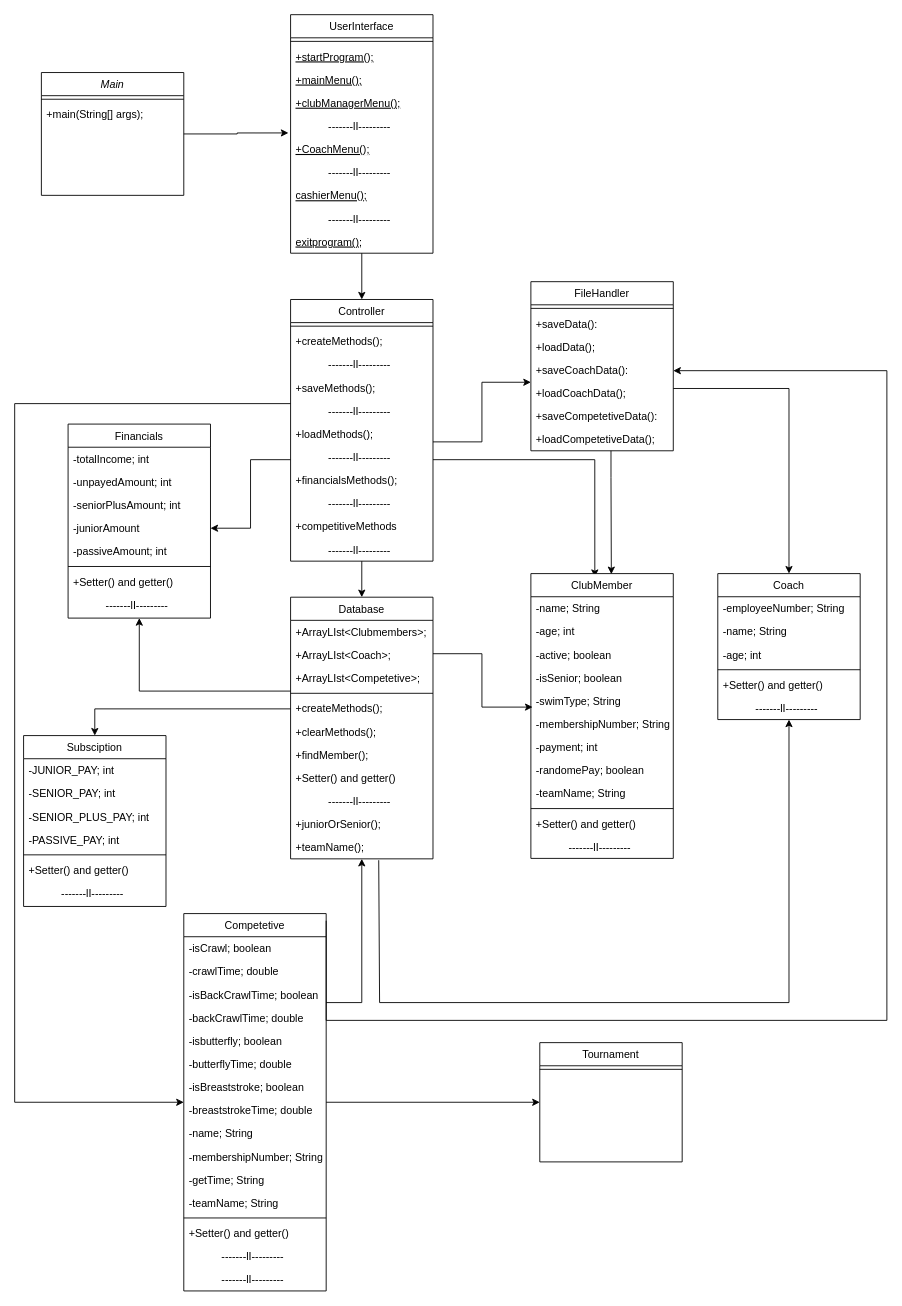
Earlier version of the draw.io diagram VirksomhedsAnalyser/Delfine Klassediagram.drawio (Mathias-Thomsen/DelfinenProject). Source tidied: cells renumbered, new cells numbered last; positions are measured from the earlier drawing's top-left corner, leaving out a move shared by most shapes. Both pictures are drawn from the tidied source at 89%, with x=0, y=0 at pixel (14, 14).
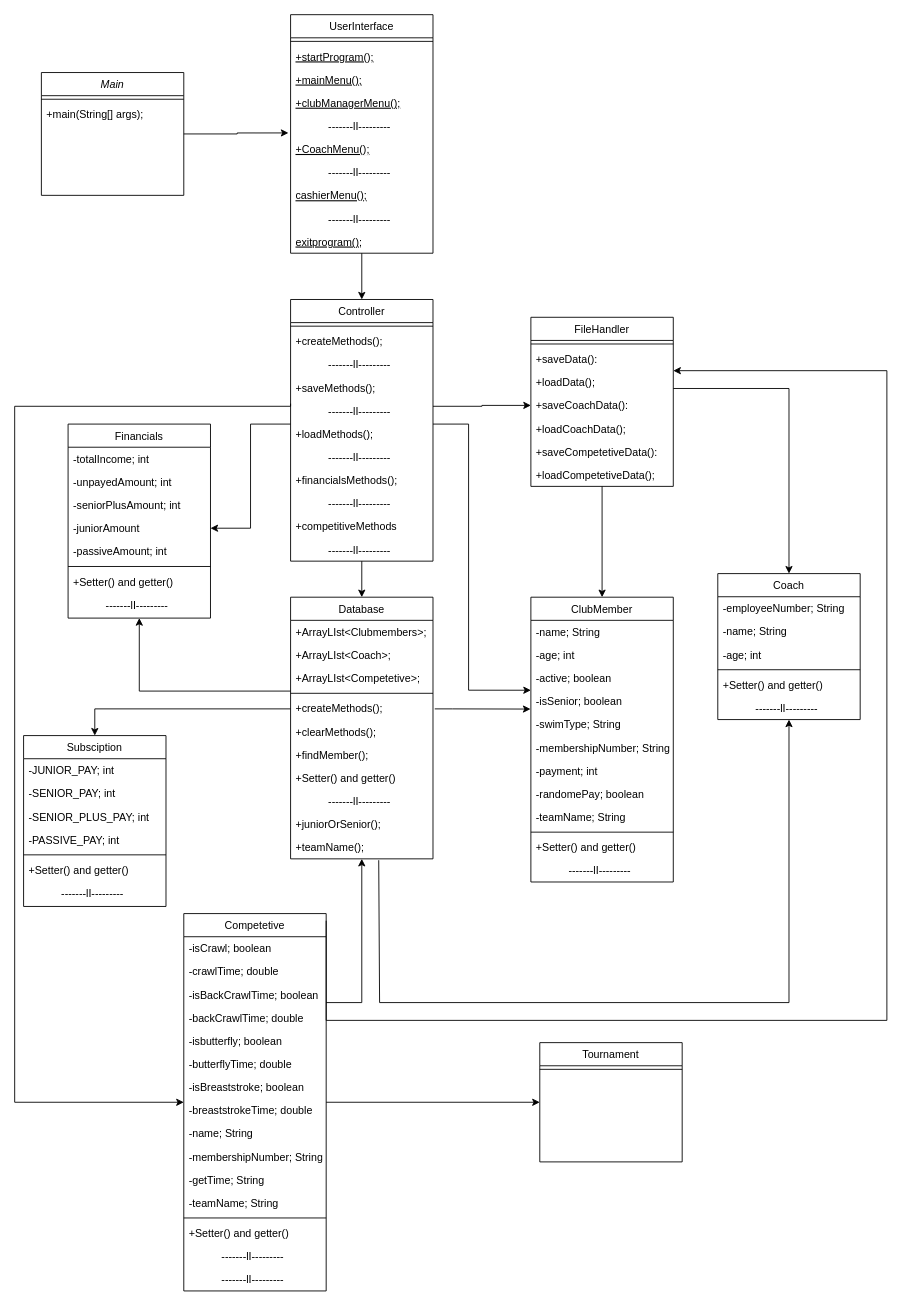
After the change.

Unchanged cells that the change refers to:
```xml
<mxCell id="22" value="Database" style="swimlane;fontStyle=0;align=center;verticalAlign=top;horizontal=1;startSize=26;rounded=0;shadow=0;strokeWidth=1;" parent="1" vertex="1">
  <mxGeometry x="310" y="654.5" width="160" height="294" as="geometry" />
</mxCell>
<mxCell id="39" value="Controller" style="swimlane;fontStyle=0;align=center;verticalAlign=top;horizontal=1;startSize=26;rounded=0;shadow=0;strokeWidth=1;" parent="1" vertex="1">
  <mxGeometry x="310" y="320" width="160" height="294" as="geometry" />
</mxCell>
<mxCell id="45" value="+loadMethods();" style="text;align=left;verticalAlign=top;spacingLeft=4;spacingRight=4;overflow=hidden;points=[[0,0.5],[1,0.5]];portConstraint=eastwest;" parent="39" vertex="1">
  <mxGeometry y="138" width="160" height="26" as="geometry" />
</mxCell>
<mxCell id="55" value="-isSenior; boolean" style="text;align=left;verticalAlign=top;spacingLeft=4;spacingRight=4;overflow=hidden;points=[[0,0.5],[1,0.5]];portConstraint=eastwest;" parent="51" vertex="1">
  <mxGeometry y="104" width="160" height="26" as="geometry" />
</mxCell>
<mxCell id="57" value="-membershipNumber; String" style="text;align=left;verticalAlign=top;spacingLeft=4;spacingRight=4;overflow=hidden;points=[[0,0.5],[1,0.5]];portConstraint=eastwest;" parent="51" vertex="1">
  <mxGeometry y="156" width="160" height="26" as="geometry" />
</mxCell>
<mxCell id="70" value="+saveCoachData():" style="text;align=left;verticalAlign=top;spacingLeft=4;spacingRight=4;overflow=hidden;points=[[0,0.5],[1,0.5]];portConstraint=eastwest;" parent="66" vertex="1">
  <mxGeometry y="86" width="160" height="26" as="geometry" />
</mxCell>
<mxCell id="78" value="-juniorAmount" style="text;align=left;verticalAlign=top;spacingLeft=4;spacingRight=4;overflow=hidden;points=[[0,0.5],[1,0.5]];portConstraint=eastwest;" parent="74" vertex="1">
  <mxGeometry y="104" width="160" height="26" as="geometry" />
</mxCell>
<mxCell id="93" value="Competetive" style="swimlane;fontStyle=0;align=center;verticalAlign=top;horizontal=1;startSize=26;rounded=0;shadow=0;strokeWidth=1;" parent="1" vertex="1">
  <mxGeometry x="190" y="1010" width="160" height="424" as="geometry" />
</mxCell>
```

The edit, as a diff of the source:
```diff
@@
-    <mxCell id="21" style="edgeStyle=orthogonalEdgeStyle;rounded=0;jettySize=auto;html=1;entryX=0.012;entryY=-0.231;entryDx=0;entryDy=0;entryPerimeter=0;" parent="1" edge="1" source="22" target="57">
-      <mxGeometry relative="1" as="geometry">
-        <Array as="points">
-          <mxPoint x="525" y="718" />
-          <mxPoint x="525" y="778" />
-        </Array>
-      </mxGeometry>
-    </mxCell>
+    <mxCell id="120" style="edgeStyle=orthogonalEdgeStyle;rounded=0;orthogonalLoop=1;jettySize=auto;html=1;entryX=-0.015;entryY=0.836;entryDx=0;entryDy=0;entryPerimeter=0;" parent="1" edge="1">
+      <mxGeometry relative="1" as="geometry">
+        <mxPoint x="472" y="780" as="sourcePoint" />
+        <mxPoint x="579.6" y="780.2" as="targetPoint" />
+        <Array as="points">
+          <mxPoint x="492" y="780" />
+          <mxPoint x="492" y="780" />
+        </Array>
+      </mxGeometry>
+    </mxCell>
@@
     <mxCell id="34" style="edgeStyle=orthogonalEdgeStyle;rounded=0;jettySize=auto;html=1;exitX=0;exitY=0.5;exitDx=0;exitDy=0;" parent="1" edge="1" target="93">
       <mxGeometry relative="1" as="geometry">
         <mxPoint x="310" y="437" as="sourcePoint" />
         <Array as="points">
-          <mxPoint y="437" />
+          <mxPoint x="310" y="440" />
+          <mxPoint y="440" />
           <mxPoint y="1222" />
         </Array>
       </mxGeometry>
     </mxCell>
-    <mxCell id="35" style="edgeStyle=orthogonalEdgeStyle;rounded=0;jettySize=auto;html=1;entryX=0.449;entryY=0.012;entryDx=0;entryDy=0;entryPerimeter=0;" parent="1" edge="1" source="39" target="51">
-      <mxGeometry relative="1" as="geometry">
-        <Array as="points">
-          <mxPoint x="652" y="500" />
-        </Array>
-      </mxGeometry>
-    </mxCell>
@@
-    <mxCell id="37" style="edgeStyle=orthogonalEdgeStyle;rounded=0;jettySize=auto;html=1;" parent="1" edge="1" source="39">
-      <mxGeometry relative="1" as="geometry">
-        <mxPoint x="580" y="413" as="targetPoint" />
-        <Array as="points">
-          <mxPoint x="525" y="480" />
-          <mxPoint x="525" y="413" />
-        </Array>
-      </mxGeometry>
-    </mxCell>
     <mxCell id="38" style="edgeStyle=orthogonalEdgeStyle;rounded=0;jettySize=auto;html=1;entryX=1;entryY=0.5;entryDx=0;entryDy=0;" parent="1" edge="1" source="39" target="78">
       <mxGeometry relative="1" as="geometry">
         <Array as="points">
-          <mxPoint x="265" y="500" />
+          <mxPoint x="265" y="460" />
           <mxPoint x="265" y="577" />
         </Array>
       </mxGeometry>
     </mxCell>
+    <mxCell id="121" style="edgeStyle=orthogonalEdgeStyle;rounded=0;jettySize=auto;html=1;entryX=0;entryY=0.5;entryDx=0;entryDy=0;" parent="1" edge="1" source="39" target="70">
+      <mxGeometry relative="1" as="geometry">
+        <Array as="points">
+          <mxPoint x="525" y="440" />
+        </Array>
+      </mxGeometry>
+    </mxCell>
@@
     <mxCell id="51" value="ClubMember" style="swimlane;fontStyle=0;align=center;verticalAlign=top;horizontal=1;startSize=26;rounded=0;shadow=0;strokeWidth=1;" parent="1" vertex="1">
-      <mxGeometry x="580" y="628" width="160" height="320" as="geometry" />
+      <mxGeometry x="580" y="654.5" width="160" height="320" as="geometry" />
     </mxCell>
@@
-    <mxCell id="65" style="edgeStyle=orthogonalEdgeStyle;rounded=0;jettySize=auto;html=1;entryX=0.565;entryY=0.002;entryDx=0;entryDy=0;entryPerimeter=0;" parent="1" edge="1" source="66" target="51">
-      <mxGeometry relative="1" as="geometry">
-        <Array as="points">
-          <mxPoint x="670" y="520" />
-          <mxPoint x="670" y="520" />
-        </Array>
-      </mxGeometry>
+    <mxCell id="65" style="edgeStyle=orthogonalEdgeStyle;rounded=0;jettySize=auto;html=1;entryX=0.5;entryY=0;entryDx=0;entryDy=0;" parent="1" edge="1" source="66" target="51">
+      <mxGeometry relative="1" as="geometry" />
     </mxCell>
     <mxCell id="66" value="FileHandler" style="swimlane;fontStyle=0;align=center;verticalAlign=top;horizontal=1;startSize=26;rounded=0;shadow=0;strokeWidth=1;" parent="1" vertex="1">
-      <mxGeometry x="580" y="300" width="160" height="190" as="geometry" />
+      <mxGeometry x="580" y="340" width="160" height="190" as="geometry" />
     </mxCell>
@@
+    <mxCell id="122" style="edgeStyle=orthogonalEdgeStyle;rounded=0;jettySize=auto;html=1;entryX=0;entryY=0.021;entryDx=0;entryDy=0;entryPerimeter=0;" parent="1" edge="1" source="45" target="55">
+      <mxGeometry relative="1" as="geometry">
+        <Array as="points">
+          <mxPoint x="510" y="460" />
+          <mxPoint x="510" y="759" />
+        </Array>
+      </mxGeometry>
+    </mxCell>
```
